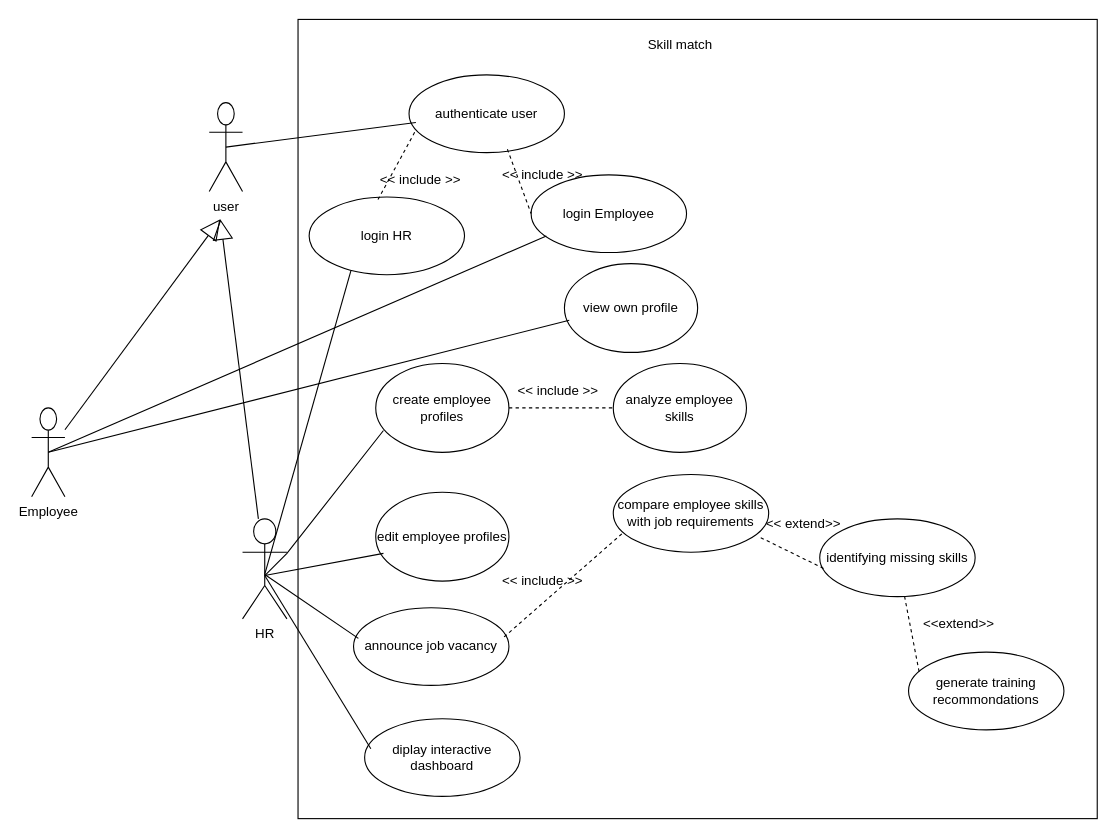
Before: useCase.drawio in rezguirayen/Skillmatch-Pro, a draw.io diagram. Source tidied: cells renumbered, new cells numbered last; positions are measured from the earlier drawing's top-left corner, leaving out a move shared by most shapes. Both pictures are drawn from the tidied source at 111%, with x=0, y=0 at pixel (31, 19).
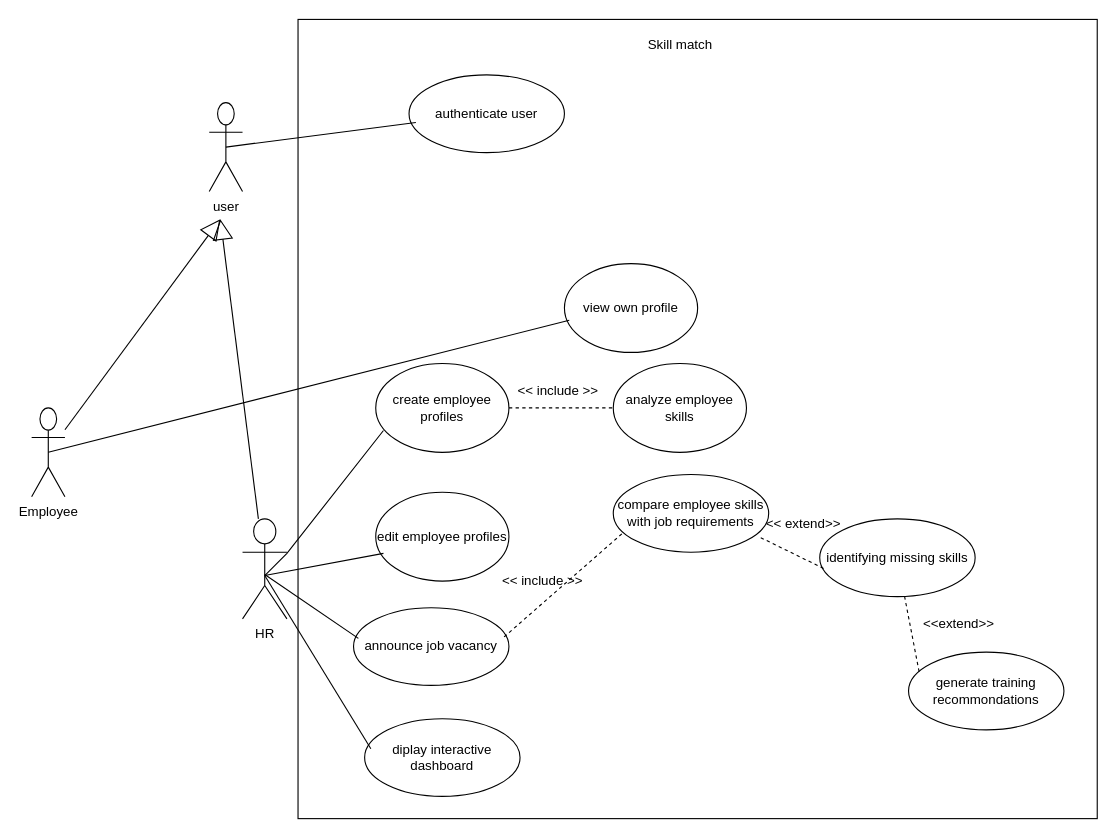
The same diagram, later.

The change refers to these unchanged cells:
```xml
<mxCell id="5" value="Employee" style="shape=umlActor;verticalLabelPosition=bottom;verticalAlign=top;html=1;outlineConnect=0;" parent="1" vertex="1">
  <mxGeometry y="350" width="30" height="80" as="geometry" />
</mxCell>
<mxCell id="15" value="authenticate user" style="ellipse;whiteSpace=wrap;html=1;" parent="1" vertex="1">
  <mxGeometry x="340" y="50" width="140" height="70" as="geometry" />
</mxCell>
```

The edit, as a diff of the source:
```diff
@@
-    <mxCell id="16" value="login HR" style="ellipse;whiteSpace=wrap;html=1;" parent="1" vertex="1">
-      <mxGeometry x="250" y="160" width="140" height="70" as="geometry" />
-    </mxCell>
-    <mxCell id="17" value="login Employee" style="ellipse;whiteSpace=wrap;html=1;" parent="1" vertex="1">
-      <mxGeometry x="450" y="140" width="140" height="70" as="geometry" />
-    </mxCell>
-    <mxCell id="18" style="endArrow=none;dashed=1;html=1;rounded=0;entryX=0;entryY=0.5;entryDx=0;entryDy=0;exitX=0.633;exitY=0.957;exitDx=0;exitDy=0;exitPerimeter=0;" parent="1" edge="1" source="15" target="17">
-      <mxGeometry relative="1" as="geometry" />
-    </mxCell>
-    <mxCell id="19" style="endArrow=none;dashed=1;html=1;rounded=0;entryX=0.043;entryY=0.714;entryDx=0;entryDy=0;entryPerimeter=0;exitX=0.443;exitY=0.033;exitDx=0;exitDy=0;exitPerimeter=0;" parent="1" edge="1" source="16" target="15">
-      <mxGeometry relative="1" as="geometry" />
-    </mxCell>
-    <mxCell id="20" value="&amp;lt;&amp;lt; include &amp;gt;&amp;gt;" style="text;html=1;align=center;verticalAlign=middle;strokeColor=none;fillColor=none;" parent="1" vertex="1">
-      <mxGeometry x="300" y="130" width="100" height="30" as="geometry" />
-    </mxCell>
-    <mxCell id="21" value="&amp;lt;&amp;lt; include &amp;gt;&amp;gt;" style="text;html=1;align=center;verticalAlign=middle;strokeColor=none;fillColor=none;" parent="1" vertex="1">
-      <mxGeometry x="410" y="125" width="100" height="30" as="geometry" />
-    </mxCell>
@@
-    <mxCell id="26" style="endArrow=none;html=1;rounded=0;entryX=0.269;entryY=0.948;entryDx=0;entryDy=0;entryPerimeter=0;" parent="1" edge="1" target="16">
-      <mxGeometry relative="1" as="geometry">
-        <mxPoint x="210" y="500" as="sourcePoint" />
-      </mxGeometry>
-    </mxCell>
-    <mxCell id="27" style="endArrow=none;html=1;rounded=0;exitX=0.098;exitY=0.786;exitDx=0;exitDy=0;exitPerimeter=0;entryX=0.5;entryY=0.5;entryDx=0;entryDy=0;entryPerimeter=0;" parent="1" edge="1" source="17" target="5">
-      <mxGeometry relative="1" as="geometry" />
-    </mxCell>
```
